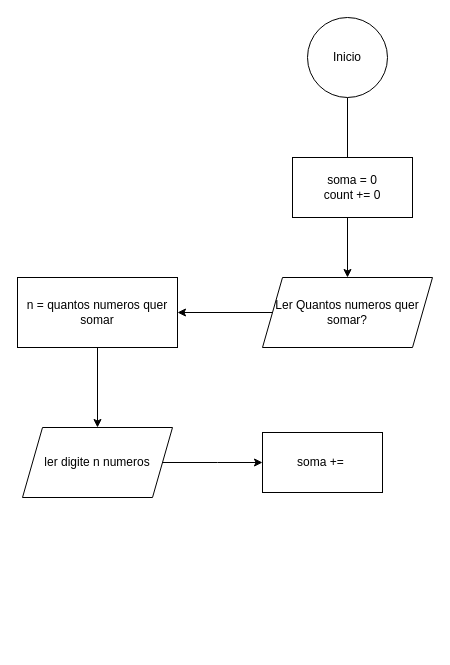
arnaldodev2/TLP keeps this draw.io diagram as Fluxograma06.drawio. Above is the earlier version. Source tidied: cells renumbered, new cells numbered last; positions are measured from the earlier drawing's top-left corner, leaving out a move shared by most shapes. Both pictures are drawn from the tidied source at 100%, with x=0, y=0 at pixel (17, 17).
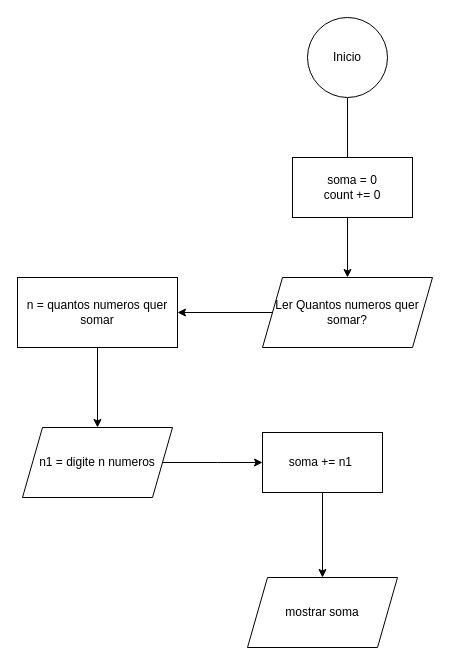
The same page after the edit.

What changed in the source:
```diff
@@
 <mxGraphModel>
   <root>
     <mxCell id="0" />
     <mxCell id="1" parent="0" />
     <mxCell id="2" style="edgeStyle=orthogonalEdgeStyle;rounded=0;jettySize=auto;html=1;" parent="1" edge="1" source="3" target="7">
       <mxGeometry relative="1" as="geometry" />
     </mxCell>
     <mxCell id="3" value="Inicio" style="ellipse;whiteSpace=wrap;html=1;shapeInside=1;" parent="1" vertex="1">
       <mxGeometry x="290" width="80" height="80" as="geometry" />
     </mxCell>
     <mxCell id="4" style="edgeStyle=orthogonalEdgeStyle;rounded=0;jettySize=auto;html=1;" parent="1" edge="1" source="5" target="9">
       <mxGeometry relative="1" as="geometry" />
     </mxCell>
     <mxCell id="5" value="n = quantos numeros quer somar" style="rounded=0;whiteSpace=wrap;html=1;" parent="1" vertex="1">
       <mxGeometry y="260" width="160" height="70" as="geometry" />
     </mxCell>
     <mxCell id="6" style="edgeStyle=orthogonalEdgeStyle;rounded=0;jettySize=auto;html=1;" parent="1" edge="1" source="7" target="5">
       <mxGeometry relative="1" as="geometry" />
     </mxCell>
     <mxCell id="7" value="Ler Quantos numeros quer somar?" style="shape=parallelogram;perimeter=parallelogramPerimeter;whiteSpace=wrap;html=1;shapeInside=1;fixedSize=1;" parent="1" vertex="1">
       <mxGeometry x="245" y="260" width="170" height="70" as="geometry" />
     </mxCell>
     <mxCell id="8" style="edgeStyle=orthogonalEdgeStyle;rounded=0;jettySize=auto;html=1;" parent="1" edge="1" source="9">
       <mxGeometry relative="1" as="geometry">
         <mxPoint x="245" y="445" as="targetPoint" />
       </mxGeometry>
     </mxCell>
-    <mxCell id="9" value="ler digite n numeros" style="shape=parallelogram;perimeter=parallelogramPerimeter;whiteSpace=wrap;html=1;shapeInside=1;fixedSize=1;rounded=0;" parent="1" vertex="1">
+    <mxCell id="9" value="n1 = digite n numeros" style="shape=parallelogram;perimeter=parallelogramPerimeter;whiteSpace=wrap;html=1;shapeInside=1;fixedSize=1;rounded=0;" parent="1" vertex="1">
       <mxGeometry x="5" y="410" width="150" height="70" as="geometry" />
     </mxCell>
     <mxCell id="10" value="soma = 0&lt;div&gt;count += 0&lt;/div&gt;" style="rounded=0;whiteSpace=wrap;html=1;" parent="1" vertex="1">
       <mxGeometry x="275" y="140" width="120" height="60" as="geometry" />
     </mxCell>
+    <mxCell id="12" style="edgeStyle=orthogonalEdgeStyle;rounded=0;jettySize=auto;html=1;entryX=0.5;entryY=0;entryDx=0;entryDy=0;" parent="1" edge="1" source="11" target="13">
+      <mxGeometry relative="1" as="geometry" />
+    </mxCell>
-    <mxCell id="11" value="soma +=&amp;nbsp;" style="rounded=0;whiteSpace=wrap;html=1;" parent="1" vertex="1">
+    <mxCell id="11" value="soma += n1&amp;nbsp;" style="rounded=0;whiteSpace=wrap;html=1;" parent="1" vertex="1">
       <mxGeometry x="245" y="415" width="120" height="60" as="geometry" />
     </mxCell>
+    <mxCell id="13" value="mostrar soma" style="shape=parallelogram;perimeter=parallelogramPerimeter;whiteSpace=wrap;html=1;shapeInside=1;fixedSize=1;rounded=0;" parent="1" vertex="1">
+      <mxGeometry x="230" y="560" width="150" height="70" as="geometry" />
+    </mxCell>
   </root>
 </mxGraphModel>
```
